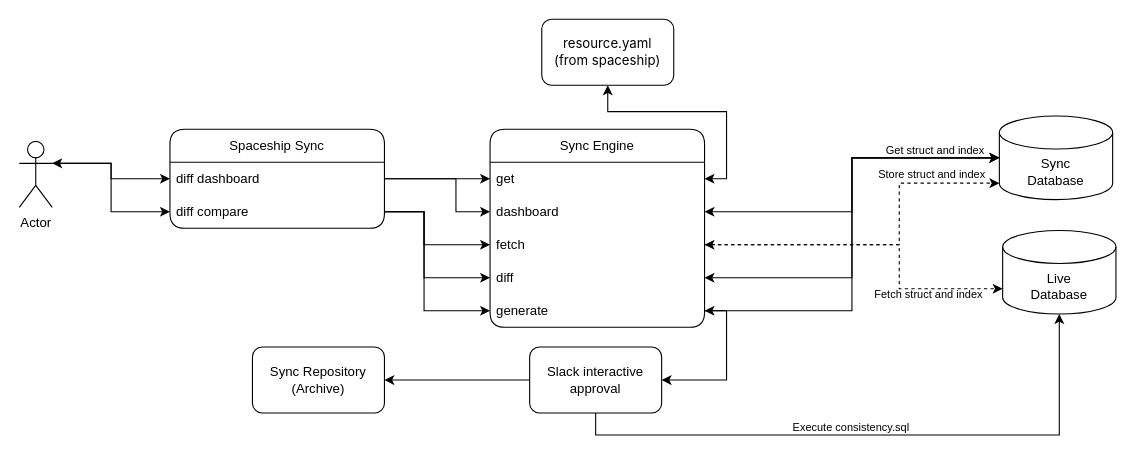
Before: paper-sync-dreamgen/HLA.drawio in mohamadfhatir/diagram, a draw.io diagram. Source tidied: cells renumbered, new cells numbered last; positions are measured from the earlier drawing's top-left corner, leaving out a move shared by most shapes. Both pictures are drawn from the tidied source at 110%, with x=0, y=0 at pixel (19, 19).
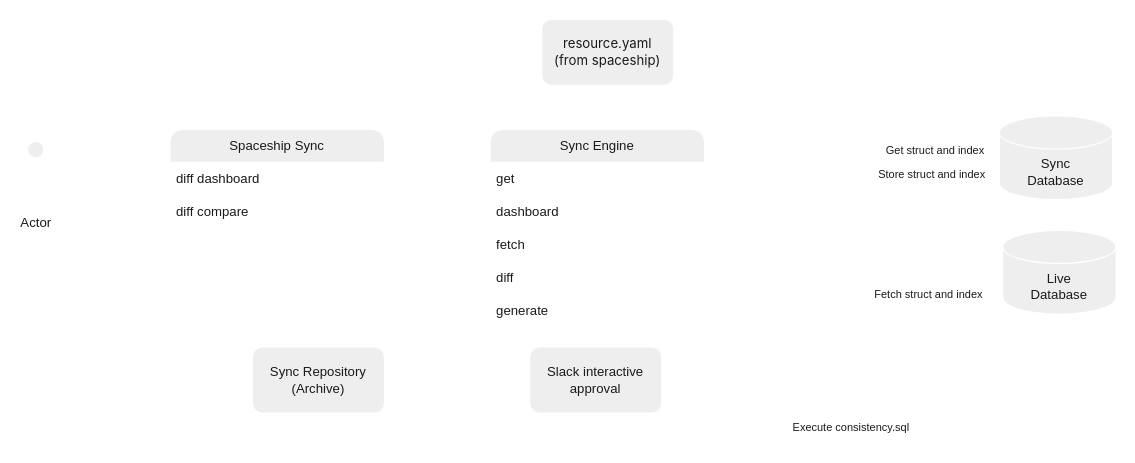
The same page after the edit.

Diff of the diagram source:
```diff
@@
-    <mxCell id="2" style="group;" parent="1" vertex="1">
+    <mxCell id="2" style="group;rounded=1;labelBackgroundColor=none;fontColor=#1A1A1A;" parent="1" vertex="1">
       <mxGeometry width="997" height="376" as="geometry" />
     </mxCell>
-    <mxCell id="3" value="&lt;font face=&quot;SF Pro Display&quot;&gt;resource.yaml&lt;/font&gt;&lt;div&gt;&lt;font face=&quot;SF Pro Display&quot;&gt;(from spaceship)&lt;/font&gt;&lt;/div&gt;" style="rounded=1;whiteSpace=wrap;html=1;glass=0;labelBackgroundColor=none;" parent="2" vertex="1">
+    <mxCell id="3" value="&lt;font face=&quot;SF Pro Display&quot;&gt;resource.yaml&lt;/font&gt;&lt;div&gt;&lt;font face=&quot;SF Pro Display&quot;&gt;(from spaceship)&lt;/font&gt;&lt;/div&gt;" style="rounded=1;whiteSpace=wrap;html=1;glass=0;labelBackgroundColor=none;fillColor=#EEEEEE;strokeColor=#FFFFFF;fontColor=#1A1A1A;" parent="2" vertex="1">
       <mxGeometry x="475" width="120" height="60" as="geometry" />
     </mxCell>
-    <mxCell id="4" value="Live&lt;div&gt;Database&lt;/div&gt;" style="shape=cylinder3;whiteSpace=wrap;html=1;boundedLbl=1;backgroundOutline=1;size=15;labelBackgroundColor=none;" parent="2" vertex="1">
+    <mxCell id="4" value="Live&lt;div&gt;Database&lt;/div&gt;" style="shape=cylinder3;whiteSpace=wrap;html=1;boundedLbl=1;backgroundOutline=1;size=15;labelBackgroundColor=none;rounded=1;fillColor=#EEEEEE;strokeColor=#FFFFFF;fontColor=#1A1A1A;" parent="2" vertex="1">
       <mxGeometry x="894" y="192" width="103" height="76" as="geometry" />
     </mxCell>
-    <mxCell id="5" value="Sync&lt;div&gt;Database&lt;/div&gt;" style="shape=cylinder3;whiteSpace=wrap;html=1;boundedLbl=1;backgroundOutline=1;size=15;labelBackgroundColor=none;" parent="2" vertex="1">
+    <mxCell id="5" value="Sync&lt;div&gt;Database&lt;/div&gt;" style="shape=cylinder3;whiteSpace=wrap;html=1;boundedLbl=1;backgroundOutline=1;size=15;labelBackgroundColor=none;rounded=1;fillColor=#EEEEEE;strokeColor=#FFFFFF;fontColor=#1A1A1A;" parent="2" vertex="1">
       <mxGeometry x="891" y="88" width="103" height="76" as="geometry" />
     </mxCell>
-    <mxCell id="6" value="Sync Engine" style="swimlane;fontStyle=0;horizontal=1;startSize=30;whiteSpace=wrap;html=1;rounded=1;labelBackgroundColor=none;" parent="2" vertex="1">
+    <mxCell id="6" value="Sync Engine" style="swimlane;fontStyle=0;horizontal=1;startSize=30;whiteSpace=wrap;html=1;rounded=1;labelBackgroundColor=none;fillColor=#EEEEEE;strokeColor=#FFFFFF;fontColor=#1A1A1A;" parent="2" vertex="1">
       <mxGeometry x="428" y="100" width="195" height="180" as="geometry" />
     </mxCell>
-    <mxCell id="7" value="get" style="text;strokeColor=none;fillColor=none;align=left;verticalAlign=middle;spacingLeft=4;spacingRight=4;overflow=hidden;points=[[0,0.5],[1,0.5]];portConstraint=eastwest;whiteSpace=wrap;html=1;labelBackgroundColor=none;" parent="6" vertex="1">
+    <mxCell id="7" value="get" style="text;strokeColor=none;fillColor=none;align=left;verticalAlign=middle;spacingLeft=4;spacingRight=4;overflow=hidden;points=[[0,0.5],[1,0.5]];portConstraint=eastwest;whiteSpace=wrap;html=1;labelBackgroundColor=none;rounded=1;fontColor=#1A1A1A;" parent="6" vertex="1">
       <mxGeometry y="30" width="195" height="30" as="geometry" />
     </mxCell>
-    <mxCell id="8" value="dashboard" style="text;strokeColor=none;fillColor=none;align=left;verticalAlign=middle;spacingLeft=4;spacingRight=4;overflow=hidden;points=[[0,0.5],[1,0.5]];portConstraint=eastwest;whiteSpace=wrap;html=1;labelBackgroundColor=none;" parent="6" vertex="1">
+    <mxCell id="8" value="dashboard" style="text;strokeColor=none;fillColor=none;align=left;verticalAlign=middle;spacingLeft=4;spacingRight=4;overflow=hidden;points=[[0,0.5],[1,0.5]];portConstraint=eastwest;whiteSpace=wrap;html=1;labelBackgroundColor=none;rounded=1;fontColor=#1A1A1A;" parent="6" vertex="1">
       <mxGeometry y="60" width="195" height="30" as="geometry" />
     </mxCell>
-    <mxCell id="9" value="fetch" style="text;strokeColor=none;fillColor=none;align=left;verticalAlign=middle;spacingLeft=4;spacingRight=4;overflow=hidden;points=[[0,0.5],[1,0.5]];portConstraint=eastwest;whiteSpace=wrap;html=1;labelBackgroundColor=none;" parent="6" vertex="1">
+    <mxCell id="9" value="fetch" style="text;strokeColor=none;fillColor=none;align=left;verticalAlign=middle;spacingLeft=4;spacingRight=4;overflow=hidden;points=[[0,0.5],[1,0.5]];portConstraint=eastwest;whiteSpace=wrap;html=1;labelBackgroundColor=none;rounded=1;fontColor=#1A1A1A;" parent="6" vertex="1">
       <mxGeometry y="90" width="195" height="30" as="geometry" />
     </mxCell>
-    <mxCell id="10" value="diff" style="text;strokeColor=none;fillColor=none;align=left;verticalAlign=middle;spacingLeft=4;spacingRight=4;overflow=hidden;points=[[0,0.5],[1,0.5]];portConstraint=eastwest;whiteSpace=wrap;html=1;labelBackgroundColor=none;" parent="6" vertex="1">
+    <mxCell id="10" value="diff" style="text;strokeColor=none;fillColor=none;align=left;verticalAlign=middle;spacingLeft=4;spacingRight=4;overflow=hidden;points=[[0,0.5],[1,0.5]];portConstraint=eastwest;whiteSpace=wrap;html=1;labelBackgroundColor=none;rounded=1;fontColor=#1A1A1A;" parent="6" vertex="1">
       <mxGeometry y="120" width="195" height="30" as="geometry" />
     </mxCell>
-    <mxCell id="11" value="generate" style="text;strokeColor=none;fillColor=none;align=left;verticalAlign=middle;spacingLeft=4;spacingRight=4;overflow=hidden;points=[[0,0.5],[1,0.5]];portConstraint=eastwest;whiteSpace=wrap;html=1;labelBackgroundColor=none;" parent="6" vertex="1">
+    <mxCell id="11" value="generate" style="text;strokeColor=none;fillColor=none;align=left;verticalAlign=middle;spacingLeft=4;spacingRight=4;overflow=hidden;points=[[0,0.5],[1,0.5]];portConstraint=eastwest;whiteSpace=wrap;html=1;labelBackgroundColor=none;rounded=1;fontColor=#1A1A1A;" parent="6" vertex="1">
       <mxGeometry y="150" width="195" height="30" as="geometry" />
     </mxCell>
-    <mxCell id="12" style="edgeStyle=orthogonalEdgeStyle;rounded=0;jettySize=auto;html=1;exitX=1;exitY=0.3333333333333333;exitDx=0;exitDy=0;exitPerimeter=0;labelBackgroundColor=none;fontColor=default;" parent="2" edge="1" source="14" target="16">
+    <mxCell id="12" style="edgeStyle=orthogonalEdgeStyle;rounded=1;jettySize=auto;html=1;exitX=1;exitY=0.3333333333333333;exitDx=0;exitDy=0;exitPerimeter=0;labelBackgroundColor=none;fontColor=default;strokeColor=#FFFFFF;" parent="2" edge="1" source="14" target="16">
       <mxGeometry relative="1" as="geometry" />
     </mxCell>
-    <mxCell id="13" style="edgeStyle=orthogonalEdgeStyle;rounded=0;jettySize=auto;html=1;exitX=1;exitY=0.3333333333333333;exitDx=0;exitDy=0;exitPerimeter=0;startArrow=classic;startFill=1;labelBackgroundColor=none;fontColor=default;" parent="2" edge="1" source="14" target="17">
+    <mxCell id="13" style="edgeStyle=orthogonalEdgeStyle;rounded=1;jettySize=auto;html=1;exitX=1;exitY=0.3333333333333333;exitDx=0;exitDy=0;exitPerimeter=0;startArrow=classic;startFill=1;labelBackgroundColor=none;fontColor=default;strokeColor=#FFFFFF;" parent="2" edge="1" source="14" target="17">
       <mxGeometry relative="1" as="geometry" />
     </mxCell>
-    <mxCell id="14" value="Actor" style="shape=umlActor;verticalLabelPosition=bottom;verticalAlign=top;html=1;outlineConnect=0;labelBackgroundColor=none;" parent="2" vertex="1">
+    <mxCell id="14" value="Actor" style="shape=umlActor;verticalLabelPosition=bottom;verticalAlign=top;html=1;outlineConnect=0;labelBackgroundColor=none;rounded=1;fillColor=#EEEEEE;strokeColor=#FFFFFF;fontColor=#1A1A1A;" parent="2" vertex="1">
       <mxGeometry y="111" width="30" height="60" as="geometry" />
     </mxCell>
-    <mxCell id="15" value="Spaceship Sync" style="swimlane;fontStyle=0;horizontal=1;startSize=30;whiteSpace=wrap;html=1;rounded=1;labelBackgroundColor=none;" parent="2" vertex="1">
+    <mxCell id="15" value="Spaceship Sync" style="swimlane;fontStyle=0;horizontal=1;startSize=30;whiteSpace=wrap;html=1;rounded=1;labelBackgroundColor=none;fillColor=#EEEEEE;strokeColor=#FFFFFF;fontColor=#1A1A1A;" parent="2" vertex="1">
       <mxGeometry x="137" y="100" width="195" height="90" as="geometry" />
     </mxCell>
-    <mxCell id="16" value="diff dashboard" style="text;strokeColor=none;fillColor=none;align=left;verticalAlign=middle;spacingLeft=4;spacingRight=4;overflow=hidden;points=[[0,0.5],[1,0.5]];portConstraint=eastwest;whiteSpace=wrap;html=1;labelBackgroundColor=none;" parent="15" vertex="1">
+    <mxCell id="16" value="diff dashboard" style="text;strokeColor=none;fillColor=none;align=left;verticalAlign=middle;spacingLeft=4;spacingRight=4;overflow=hidden;points=[[0,0.5],[1,0.5]];portConstraint=eastwest;whiteSpace=wrap;html=1;labelBackgroundColor=none;rounded=1;fontColor=#1A1A1A;" parent="15" vertex="1">
       <mxGeometry y="30" width="195" height="30" as="geometry" />
     </mxCell>
-    <mxCell id="17" value="diff compare" style="text;strokeColor=none;fillColor=none;align=left;verticalAlign=middle;spacingLeft=4;spacingRight=4;overflow=hidden;points=[[0,0.5],[1,0.5]];portConstraint=eastwest;whiteSpace=wrap;html=1;labelBackgroundColor=none;" parent="15" vertex="1">
+    <mxCell id="17" value="diff compare" style="text;strokeColor=none;fillColor=none;align=left;verticalAlign=middle;spacingLeft=4;spacingRight=4;overflow=hidden;points=[[0,0.5],[1,0.5]];portConstraint=eastwest;whiteSpace=wrap;html=1;labelBackgroundColor=none;rounded=1;fontColor=#1A1A1A;" parent="15" vertex="1">
       <mxGeometry y="60" width="195" height="30" as="geometry" />
     </mxCell>
-    <mxCell id="18" style="edgeStyle=orthogonalEdgeStyle;rounded=0;jettySize=auto;html=1;entryX=0.5;entryY=1;entryDx=0;entryDy=0;startArrow=classic;startFill=1;labelBackgroundColor=none;fontColor=default;" parent="2" edge="1" source="7" target="3">
+    <mxCell id="18" style="edgeStyle=orthogonalEdgeStyle;rounded=1;jettySize=auto;html=1;entryX=0.5;entryY=1;entryDx=0;entryDy=0;startArrow=classic;startFill=1;labelBackgroundColor=none;fontColor=default;strokeColor=#FFFFFF;" parent="2" edge="1" source="7" target="3">
       <mxGeometry relative="1" as="geometry">
         <Array as="points">
           <mxPoint x="643" y="145" />
           <mxPoint x="643" y="84" />
           <mxPoint x="535" y="84" />
         </Array>
       </mxGeometry>
     </mxCell>
-    <mxCell id="19" style="edgeStyle=orthogonalEdgeStyle;rounded=0;jettySize=auto;html=1;exitX=1;exitY=0.5;exitDx=0;exitDy=0;entryX=0;entryY=0.5;entryDx=0;entryDy=0;labelBackgroundColor=none;fontColor=default;" parent="2" edge="1" source="16" target="7">
+    <mxCell id="19" style="edgeStyle=orthogonalEdgeStyle;rounded=1;jettySize=auto;html=1;exitX=1;exitY=0.5;exitDx=0;exitDy=0;entryX=0;entryY=0.5;entryDx=0;entryDy=0;labelBackgroundColor=none;fontColor=default;strokeColor=#FFFFFF;" parent="2" edge="1" source="16" target="7">
       <mxGeometry relative="1" as="geometry" />
     </mxCell>
-    <mxCell id="20" style="edgeStyle=orthogonalEdgeStyle;rounded=0;jettySize=auto;html=1;exitX=1;exitY=0.5;exitDx=0;exitDy=0;labelBackgroundColor=none;fontColor=default;" parent="2" edge="1" source="16" target="8">
+    <mxCell id="20" style="edgeStyle=orthogonalEdgeStyle;rounded=1;jettySize=auto;html=1;exitX=1;exitY=0.5;exitDx=0;exitDy=0;labelBackgroundColor=none;fontColor=default;strokeColor=#FFFFFF;" parent="2" edge="1" source="16" target="8">
       <mxGeometry relative="1" as="geometry">
         <Array as="points">
           <mxPoint x="397" y="145" />
           <mxPoint x="397" y="175" />
         </Array>
       </mxGeometry>
     </mxCell>
-    <mxCell id="21" style="edgeStyle=orthogonalEdgeStyle;rounded=0;jettySize=auto;html=1;exitX=1;exitY=0.5;exitDx=0;exitDy=0;labelBackgroundColor=none;fontColor=default;" parent="2" edge="1" source="17" target="9">
+    <mxCell id="21" style="edgeStyle=orthogonalEdgeStyle;rounded=1;jettySize=auto;html=1;exitX=1;exitY=0.5;exitDx=0;exitDy=0;labelBackgroundColor=none;fontColor=default;strokeColor=#FFFFFF;" parent="2" edge="1" source="17" target="9">
       <mxGeometry relative="1" as="geometry">
         <Array as="points">
           <mxPoint x="368" y="175" />
           <mxPoint x="368" y="205" />
         </Array>
       </mxGeometry>
     </mxCell>
-    <mxCell id="22" style="edgeStyle=orthogonalEdgeStyle;rounded=0;jettySize=auto;html=1;exitX=1;exitY=0.5;exitDx=0;exitDy=0;entryX=0;entryY=0.5;entryDx=0;entryDy=0;labelBackgroundColor=none;fontColor=default;" parent="2" edge="1" source="17" target="10">
+    <mxCell id="22" style="edgeStyle=orthogonalEdgeStyle;rounded=1;jettySize=auto;html=1;exitX=1;exitY=0.5;exitDx=0;exitDy=0;entryX=0;entryY=0.5;entryDx=0;entryDy=0;labelBackgroundColor=none;fontColor=default;strokeColor=#FFFFFF;" parent="2" edge="1" source="17" target="10">
       <mxGeometry relative="1" as="geometry">
         <Array as="points">
           <mxPoint x="368" y="175" />
           <mxPoint x="368" y="235" />
         </Array>
       </mxGeometry>
     </mxCell>
-    <mxCell id="23" style="edgeStyle=orthogonalEdgeStyle;rounded=0;jettySize=auto;html=1;exitX=1;exitY=0.5;exitDx=0;exitDy=0;entryX=0;entryY=0.5;entryDx=0;entryDy=0;labelBackgroundColor=none;fontColor=default;" parent="2" edge="1" source="17" target="11">
+    <mxCell id="23" style="edgeStyle=orthogonalEdgeStyle;rounded=1;jettySize=auto;html=1;exitX=1;exitY=0.5;exitDx=0;exitDy=0;entryX=0;entryY=0.5;entryDx=0;entryDy=0;labelBackgroundColor=none;fontColor=default;strokeColor=#FFFFFF;" parent="2" edge="1" source="17" target="11">
       <mxGeometry relative="1" as="geometry">
         <Array as="points">
           <mxPoint x="368" y="175" />
           <mxPoint x="368" y="265" />
         </Array>
       </mxGeometry>
     </mxCell>
-    <mxCell id="24" style="edgeStyle=orthogonalEdgeStyle;rounded=0;jettySize=auto;html=1;exitX=1;exitY=0.5;exitDx=0;exitDy=0;entryX=0;entryY=0.5;entryDx=0;entryDy=0;entryPerimeter=0;startArrow=classic;startFill=1;labelBackgroundColor=none;fontColor=default;" parent="2" edge="1" source="8" target="5">
+    <mxCell id="24" style="edgeStyle=orthogonalEdgeStyle;rounded=1;jettySize=auto;html=1;exitX=1;exitY=0.5;exitDx=0;exitDy=0;entryX=0;entryY=0.5;entryDx=0;entryDy=0;entryPerimeter=0;startArrow=classic;startFill=1;labelBackgroundColor=none;fontColor=default;strokeColor=#FFFFFF;" parent="2" edge="1" source="8" target="5">
       <mxGeometry relative="1" as="geometry" />
     </mxCell>
-    <mxCell id="25" style="edgeStyle=orthogonalEdgeStyle;rounded=0;jettySize=auto;html=1;exitX=1;exitY=0.5;exitDx=0;exitDy=0;dashed=1;labelBackgroundColor=none;fontColor=default;" parent="2" edge="1" source="9" target="4">
+    <mxCell id="25" style="edgeStyle=orthogonalEdgeStyle;rounded=1;jettySize=auto;html=1;exitX=1;exitY=0.5;exitDx=0;exitDy=0;dashed=1;labelBackgroundColor=none;fontColor=default;strokeColor=#FFFFFF;" parent="2" edge="1" source="9" target="4">
       <mxGeometry relative="1" as="geometry">
         <Array as="points">
           <mxPoint x="800" y="205" />
           <mxPoint x="800" y="245" />
         </Array>
       </mxGeometry>
     </mxCell>
-    <mxCell id="26" style="edgeStyle=orthogonalEdgeStyle;rounded=0;jettySize=auto;html=1;exitX=1;exitY=0.5;exitDx=0;exitDy=0;entryX=0;entryY=0.5;entryDx=0;entryDy=0;entryPerimeter=0;startArrow=classic;startFill=1;labelBackgroundColor=none;fontColor=default;" parent="2" edge="1" source="10" target="5">
+    <mxCell id="26" style="edgeStyle=orthogonalEdgeStyle;rounded=1;jettySize=auto;html=1;exitX=1;exitY=0.5;exitDx=0;exitDy=0;entryX=0;entryY=0.5;entryDx=0;entryDy=0;entryPerimeter=0;startArrow=classic;startFill=1;labelBackgroundColor=none;fontColor=default;strokeColor=#FFFFFF;" parent="2" edge="1" source="10" target="5">
       <mxGeometry relative="1" as="geometry" />
     </mxCell>
-    <mxCell id="27" style="edgeStyle=orthogonalEdgeStyle;rounded=0;jettySize=auto;html=1;exitX=1;exitY=0.5;exitDx=0;exitDy=0;entryX=0;entryY=0.5;entryDx=0;entryDy=0;entryPerimeter=0;startArrow=classic;startFill=1;labelBackgroundColor=none;fontColor=default;" parent="2" edge="1" source="11" target="5">
+    <mxCell id="27" style="edgeStyle=orthogonalEdgeStyle;rounded=1;jettySize=auto;html=1;exitX=1;exitY=0.5;exitDx=0;exitDy=0;entryX=0;entryY=0.5;entryDx=0;entryDy=0;entryPerimeter=0;startArrow=classic;startFill=1;labelBackgroundColor=none;fontColor=default;strokeColor=#FFFFFF;" parent="2" edge="1" source="11" target="5">
       <mxGeometry relative="1" as="geometry" />
     </mxCell>
-    <mxCell id="28" style="edgeStyle=orthogonalEdgeStyle;rounded=0;jettySize=auto;html=1;exitX=0.5;exitY=1;exitDx=0;exitDy=0;labelBackgroundColor=none;fontColor=default;" parent="2" edge="1" source="30" target="4">
+    <mxCell id="28" style="edgeStyle=orthogonalEdgeStyle;rounded=1;jettySize=auto;html=1;exitX=0.5;exitY=1;exitDx=0;exitDy=0;labelBackgroundColor=none;fontColor=default;strokeColor=#FFFFFF;" parent="2" edge="1" source="30" target="4">
       <mxGeometry relative="1" as="geometry" />
     </mxCell>
-    <mxCell id="29" style="edgeStyle=orthogonalEdgeStyle;rounded=0;jettySize=auto;html=1;exitX=0;exitY=0.5;exitDx=0;exitDy=0;entryX=1;entryY=0.5;entryDx=0;entryDy=0;labelBackgroundColor=none;fontColor=default;" parent="2" edge="1" source="30" target="36">
+    <mxCell id="29" style="edgeStyle=orthogonalEdgeStyle;rounded=1;jettySize=auto;html=1;exitX=0;exitY=0.5;exitDx=0;exitDy=0;entryX=1;entryY=0.5;entryDx=0;entryDy=0;labelBackgroundColor=none;fontColor=default;strokeColor=#FFFFFF;" parent="2" edge="1" source="30" target="36">
       <mxGeometry relative="1" as="geometry" />
     </mxCell>
-    <mxCell id="30" value="Slack interactive&lt;div&gt;approval&lt;/div&gt;" style="rounded=1;whiteSpace=wrap;html=1;labelBackgroundColor=none;" parent="2" vertex="1">
+    <mxCell id="30" value="Slack interactive&lt;div&gt;approval&lt;/div&gt;" style="rounded=1;whiteSpace=wrap;html=1;labelBackgroundColor=none;fillColor=#EEEEEE;strokeColor=#FFFFFF;fontColor=#1A1A1A;" parent="2" vertex="1">
       <mxGeometry x="464" y="298" width="120" height="60" as="geometry" />
     </mxCell>
-    <mxCell id="31" style="edgeStyle=orthogonalEdgeStyle;rounded=0;jettySize=auto;html=1;exitX=1;exitY=0.5;exitDx=0;exitDy=0;entryX=0;entryY=1;entryDx=0;entryDy=-15;entryPerimeter=0;dashed=1;startArrow=classic;startFill=1;labelBackgroundColor=none;fontColor=default;" parent="2" edge="1" source="9" target="5">
+    <mxCell id="31" style="edgeStyle=orthogonalEdgeStyle;rounded=1;jettySize=auto;html=1;exitX=1;exitY=0.5;exitDx=0;exitDy=0;entryX=0;entryY=1;entryDx=0;entryDy=-15;entryPerimeter=0;dashed=1;startArrow=classic;startFill=1;labelBackgroundColor=none;fontColor=default;strokeColor=#FFFFFF;" parent="2" edge="1" source="9" target="5">
       <mxGeometry relative="1" as="geometry">
         <Array as="points">
           <mxPoint x="800" y="205" />
           <mxPoint x="800" y="149" />
         </Array>
       </mxGeometry>
     </mxCell>
-    <mxCell id="32" value="&lt;font style=&quot;font-size: 10px;&quot;&gt;Fetch struct and index&lt;/font&gt;" style="text;html=1;whiteSpace=wrap;strokeColor=none;fillColor=none;align=center;verticalAlign=middle;rounded=0;labelBackgroundColor=none;" parent="2" vertex="1">
+    <mxCell id="32" value="&lt;font style=&quot;font-size: 10px;&quot;&gt;Fetch struct and index&lt;/font&gt;" style="text;html=1;whiteSpace=wrap;strokeColor=none;fillColor=none;align=center;verticalAlign=middle;rounded=1;labelBackgroundColor=none;fontColor=#1A1A1A;" parent="2" vertex="1">
       <mxGeometry x="774" y="245" width="106" height="10" as="geometry" />
     </mxCell>
-    <mxCell id="33" value="&lt;font style=&quot;font-size: 10px;&quot;&gt;Store struct and index&lt;/font&gt;" style="text;html=1;whiteSpace=wrap;strokeColor=none;fillColor=none;align=center;verticalAlign=middle;rounded=0;labelBackgroundColor=none;" parent="2" vertex="1">
+    <mxCell id="33" value="&lt;font style=&quot;font-size: 10px;&quot;&gt;Store struct and index&lt;/font&gt;" style="text;html=1;whiteSpace=wrap;strokeColor=none;fillColor=none;align=center;verticalAlign=middle;rounded=1;labelBackgroundColor=none;fontColor=#1A1A1A;" parent="2" vertex="1">
       <mxGeometry x="780" y="136" width="100" height="10" as="geometry" />
     </mxCell>
-    <mxCell id="34" value="&lt;font style=&quot;font-size: 10px;&quot;&gt;Get struct and index&lt;/font&gt;" style="text;html=1;whiteSpace=wrap;strokeColor=none;fillColor=none;align=center;verticalAlign=middle;rounded=0;labelBackgroundColor=none;" parent="2" vertex="1">
+    <mxCell id="34" value="&lt;font style=&quot;font-size: 10px;&quot;&gt;Get struct and index&lt;/font&gt;" style="text;html=1;whiteSpace=wrap;strokeColor=none;fillColor=none;align=center;verticalAlign=middle;rounded=1;labelBackgroundColor=none;fontColor=#1A1A1A;" parent="2" vertex="1">
       <mxGeometry x="786" y="114" width="94" height="10" as="geometry" />
     </mxCell>
-    <mxCell id="35" style="edgeStyle=orthogonalEdgeStyle;rounded=0;jettySize=auto;html=1;exitX=1;exitY=0.5;exitDx=0;exitDy=0;entryX=1;entryY=0.5;entryDx=0;entryDy=0;labelBackgroundColor=none;fontColor=default;" parent="2" edge="1" source="11" target="30">
+    <mxCell id="35" style="edgeStyle=orthogonalEdgeStyle;rounded=1;jettySize=auto;html=1;exitX=1;exitY=0.5;exitDx=0;exitDy=0;entryX=1;entryY=0.5;entryDx=0;entryDy=0;labelBackgroundColor=none;fontColor=default;strokeColor=#FFFFFF;" parent="2" edge="1" source="11" target="30">
       <mxGeometry relative="1" as="geometry" />
     </mxCell>
-    <mxCell id="36" value="Sync Repository&lt;div&gt;(Archive)&lt;/div&gt;" style="rounded=1;whiteSpace=wrap;html=1;labelBackgroundColor=none;" parent="2" vertex="1">
+    <mxCell id="36" value="Sync Repository&lt;div&gt;(Archive)&lt;/div&gt;" style="rounded=1;whiteSpace=wrap;html=1;labelBackgroundColor=none;fillColor=#EEEEEE;strokeColor=#FFFFFF;fontColor=#1A1A1A;" parent="2" vertex="1">
       <mxGeometry x="212" y="298" width="120" height="60" as="geometry" />
     </mxCell>
-    <mxCell id="37" value="&lt;font style=&quot;font-size: 10px;&quot;&gt;Execute consistency.sql&lt;/font&gt;" style="text;html=1;whiteSpace=wrap;strokeColor=none;fillColor=none;align=center;verticalAlign=middle;rounded=0;labelBackgroundColor=none;" parent="2" vertex="1">
+    <mxCell id="37" value="&lt;font style=&quot;font-size: 10px;&quot;&gt;Execute consistency.sql&lt;/font&gt;" style="text;html=1;whiteSpace=wrap;strokeColor=none;fillColor=none;align=center;verticalAlign=middle;rounded=1;labelBackgroundColor=none;fontColor=#1A1A1A;" parent="2" vertex="1">
       <mxGeometry x="686" y="366" width="141" height="10" as="geometry" />
     </mxCell>
```
